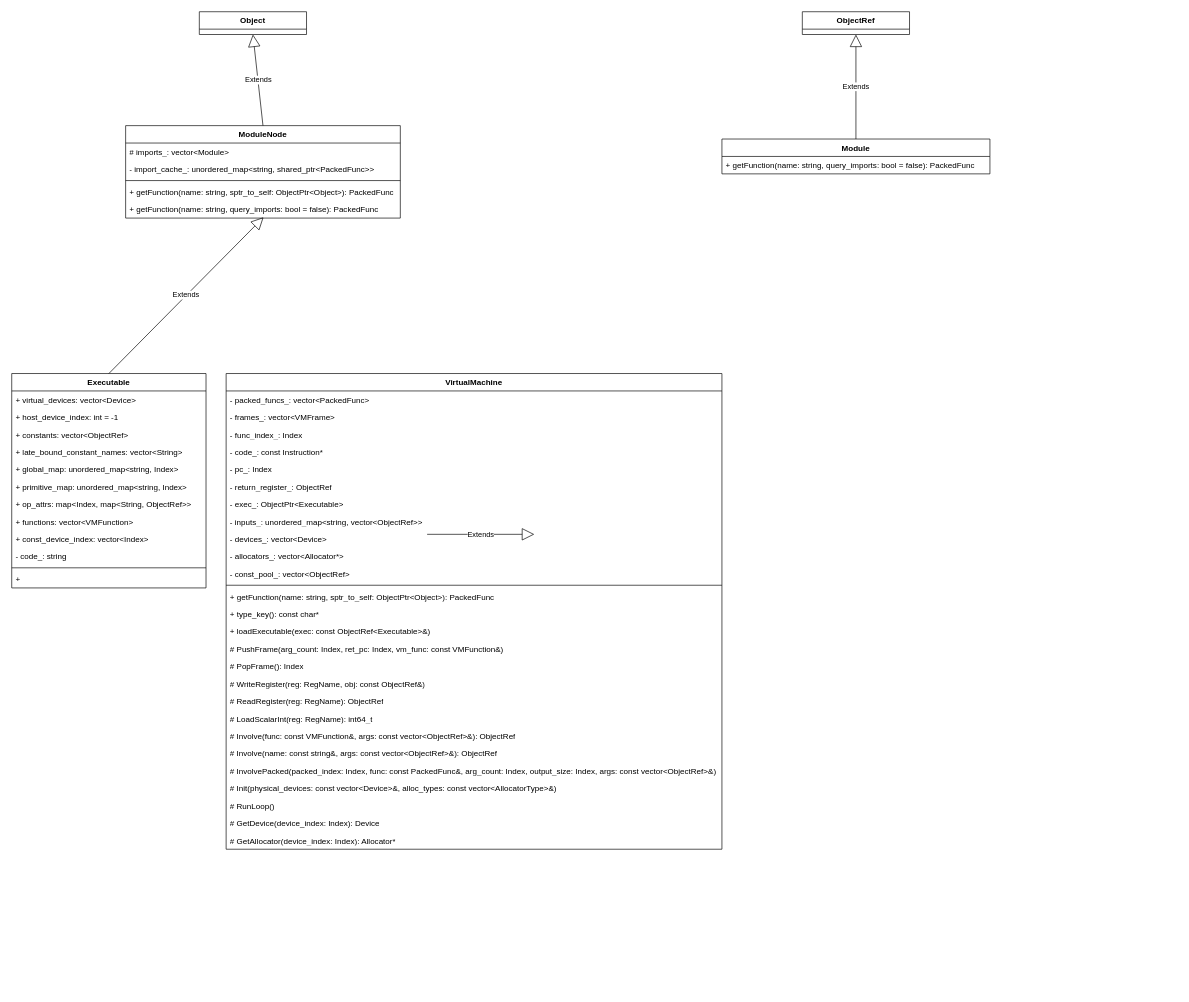
The draw.io diagram page "module" (10 of 14) of runtime.drawio in gdhzyz/draws, before the edit. Source tidied: cells renumbered, new cells numbered last; positions are measured from the earlier drawing's top-left corner, leaving out a move shared by most shapes. Both pictures are drawn from the tidied source at 67%, with x=0, y=0 at pixel (11, 11).
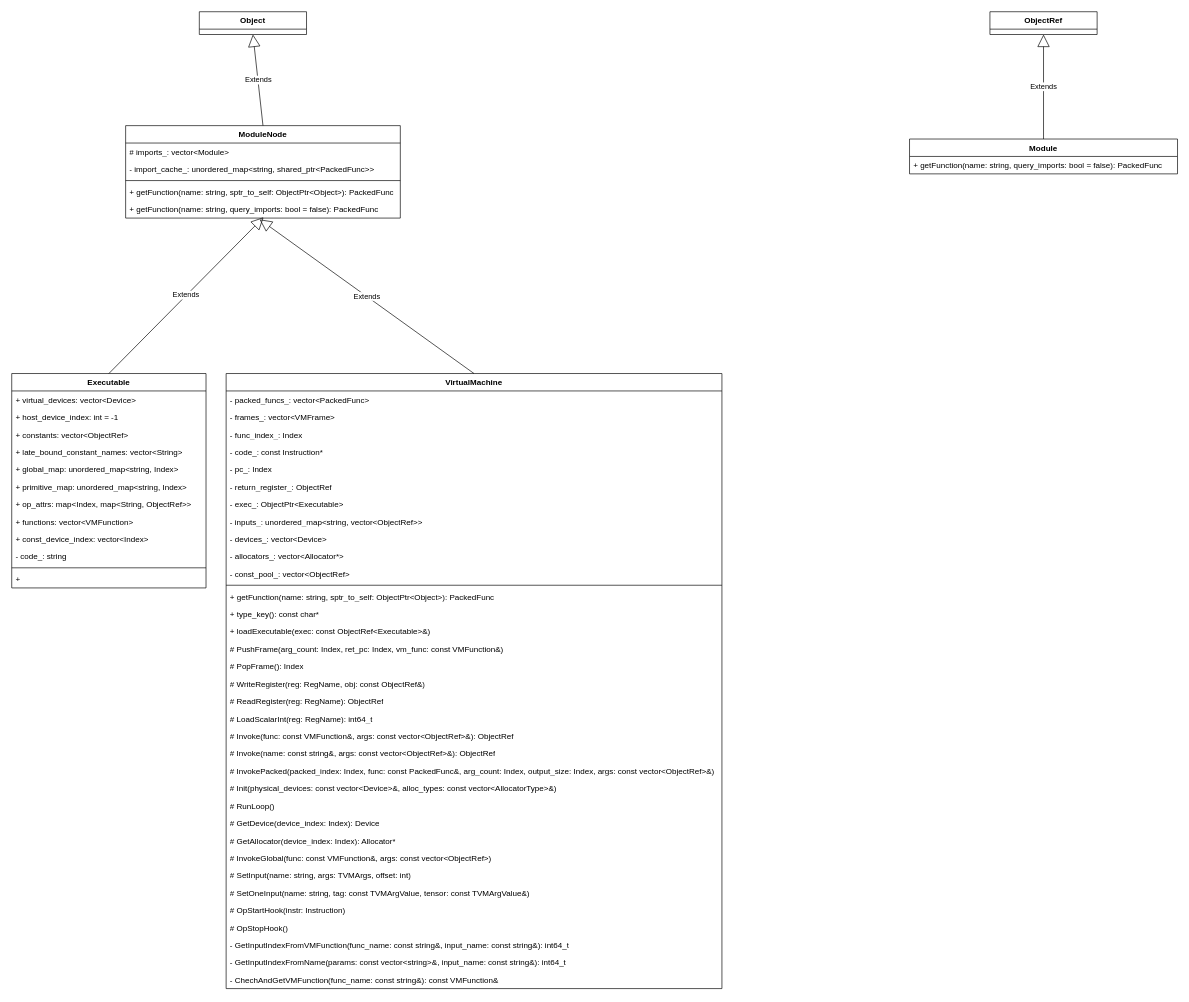
The same diagram, later.

Change to the diagram source:
```diff
@@
     <mxCell id="10" value="ObjectRef" style="swimlane;fontStyle=1;align=center;verticalAlign=top;horizontal=1;startSize=26;whiteSpace=wrap;html=1;" parent="1" vertex="1">
-      <mxGeometry x="1180" width="160" height="34" as="geometry" />
+      <mxGeometry x="1460" width="160" height="34" as="geometry" />
     </mxCell>
     <mxCell id="11" value="Module" style="swimlane;fontStyle=1;align=center;verticalAlign=top;horizontal=1;startSize=26;whiteSpace=wrap;html=1;" parent="1" vertex="1">
-      <mxGeometry x="1060" y="190" width="400" height="52" as="geometry" />
+      <mxGeometry x="1340" y="190" width="400" height="52" as="geometry" />
     </mxCell>
@@
     <mxCell id="28" value="VirtualMachine" style="swimlane;fontStyle=1;align=center;verticalAlign=top;horizontal=1;startSize=26;whiteSpace=wrap;html=1;" parent="1" vertex="1">
-      <mxGeometry x="320" y="540" width="740" height="710" as="geometry" />
+      <mxGeometry x="320" y="540" width="740" height="918" as="geometry" />
     </mxCell>
@@
-    <mxCell id="49" value="# Involve(func: const VMFunction&amp;amp;, args: const vector&amp;lt;ObjectRef&amp;gt;&amp;amp;): ObjectRef" style="text;strokeColor=none;fillColor=none;align=left;verticalAlign=top;spacingLeft=4;spacingRight=4;overflow=hidden;whiteSpace=wrap;html=1;" parent="28" vertex="1">
+    <mxCell id="49" value="# Invoke(func: const VMFunction&amp;amp;, args: const vector&amp;lt;ObjectRef&amp;gt;&amp;amp;): ObjectRef" style="text;strokeColor=none;fillColor=none;align=left;verticalAlign=top;spacingLeft=4;spacingRight=4;overflow=hidden;whiteSpace=wrap;html=1;" parent="28" vertex="1">
       <mxGeometry y="528" width="740" height="26" as="geometry" />
     </mxCell>
-    <mxCell id="50" value="# Involve(name: const string&amp;amp;, args: const vector&amp;lt;ObjectRef&amp;gt;&amp;amp;): ObjectRef" style="text;strokeColor=none;fillColor=none;align=left;verticalAlign=top;spacingLeft=4;spacingRight=4;overflow=hidden;whiteSpace=wrap;html=1;" parent="28" vertex="1">
+    <mxCell id="50" value="# Invoke(name: const string&amp;amp;, args: const vector&amp;lt;ObjectRef&amp;gt;&amp;amp;): ObjectRef" style="text;strokeColor=none;fillColor=none;align=left;verticalAlign=top;spacingLeft=4;spacingRight=4;overflow=hidden;whiteSpace=wrap;html=1;" parent="28" vertex="1">
       <mxGeometry y="554" width="740" height="26" as="geometry" />
     </mxCell>
-    <mxCell id="51" value="# InvolvePacked(packed_index: Index, func: const PackedFunc&amp;amp;, arg_count: Index, output_size: Index, args: const vector&amp;lt;ObjectRef&amp;gt;&amp;amp;)" style="text;strokeColor=none;fillColor=none;align=left;verticalAlign=top;spacingLeft=4;spacingRight=4;overflow=hidden;whiteSpace=wrap;html=1;" parent="28" vertex="1">
+    <mxCell id="51" value="# InvokePacked(packed_index: Index, func: const PackedFunc&amp;amp;, arg_count: Index, output_size: Index, args: const vector&amp;lt;ObjectRef&amp;gt;&amp;amp;)" style="text;strokeColor=none;fillColor=none;align=left;verticalAlign=top;spacingLeft=4;spacingRight=4;overflow=hidden;whiteSpace=wrap;html=1;" parent="28" vertex="1">
       <mxGeometry y="580" width="740" height="26" as="geometry" />
     </mxCell>
@@
+    <mxCell id="57" value="# InvokeGlobal(func: const VMFunction&amp;amp;, args: const vector&amp;lt;ObjectRef&amp;gt;)" style="text;strokeColor=none;fillColor=none;align=left;verticalAlign=top;spacingLeft=4;spacingRight=4;overflow=hidden;whiteSpace=wrap;html=1;" parent="28" vertex="1">
+      <mxGeometry y="710" width="740" height="26" as="geometry" />
+    </mxCell>
+    <mxCell id="58" value="# SetInput(name: string, args: TVMArgs, offset: int)" style="text;strokeColor=none;fillColor=none;align=left;verticalAlign=top;spacingLeft=4;spacingRight=4;overflow=hidden;whiteSpace=wrap;html=1;" parent="28" vertex="1">
+      <mxGeometry y="736" width="740" height="26" as="geometry" />
+    </mxCell>
+    <mxCell id="59" value="# SetOneInput(name: string, tag: const TVMArgValue, tensor: const TVMArgValue&amp;amp;)" style="text;strokeColor=none;fillColor=none;align=left;verticalAlign=top;spacingLeft=4;spacingRight=4;overflow=hidden;whiteSpace=wrap;html=1;" parent="28" vertex="1">
+      <mxGeometry y="762" width="740" height="26" as="geometry" />
+    </mxCell>
+    <mxCell id="60" value="# OpStartHook(instr: Instruction)" style="text;strokeColor=none;fillColor=none;align=left;verticalAlign=top;spacingLeft=4;spacingRight=4;overflow=hidden;whiteSpace=wrap;html=1;" parent="28" vertex="1">
+      <mxGeometry y="788" width="740" height="26" as="geometry" />
+    </mxCell>
+    <mxCell id="61" value="# OpStopHook()" style="text;strokeColor=none;fillColor=none;align=left;verticalAlign=top;spacingLeft=4;spacingRight=4;overflow=hidden;whiteSpace=wrap;html=1;" parent="28" vertex="1">
+      <mxGeometry y="814" width="740" height="26" as="geometry" />
+    </mxCell>
+    <mxCell id="62" value="- GetInputIndexFromVMFunction(func_name: const string&amp;amp;, input_name: const string&amp;amp;): int64_t" style="text;strokeColor=none;fillColor=none;align=left;verticalAlign=top;spacingLeft=4;spacingRight=4;overflow=hidden;whiteSpace=wrap;html=1;" parent="28" vertex="1">
+      <mxGeometry y="840" width="740" height="26" as="geometry" />
+    </mxCell>
+    <mxCell id="63" value="- GetInputIndexFromName(params: const vector&amp;lt;string&amp;gt;&amp;amp;, input_name: const string&amp;amp;): int64_t" style="text;strokeColor=none;fillColor=none;align=left;verticalAlign=top;spacingLeft=4;spacingRight=4;overflow=hidden;whiteSpace=wrap;html=1;" parent="28" vertex="1">
+      <mxGeometry y="866" width="740" height="26" as="geometry" />
+    </mxCell>
+    <mxCell id="64" value="- ChechAndGetVMFunction(func_name: const string&amp;amp;): const VMFunction&amp;amp;" style="text;strokeColor=none;fillColor=none;align=left;verticalAlign=top;spacingLeft=4;spacingRight=4;overflow=hidden;whiteSpace=wrap;html=1;" parent="28" vertex="1">
+      <mxGeometry y="892" width="740" height="26" as="geometry" />
+    </mxCell>
-    <mxCell id="56" value="Extends" style="endArrow=block;endSize=16;endFill=0;html=1;rounded=0;" parent="1" edge="1">
+    <mxCell id="56" value="Extends" style="endArrow=block;endSize=16;endFill=0;html=1;rounded=0;exitX=0.5;exitY=0;exitDx=0;exitDy=0;" parent="1" edge="1" source="28">
       <mxGeometry relative="1" as="geometry">
-        <mxPoint x="620" y="780" as="sourcePoint" />
-        <mxPoint x="780" y="780" as="targetPoint" />
+        <mxPoint x="370" y="310" as="targetPoint" />
       </mxGeometry>
     </mxCell>
```
